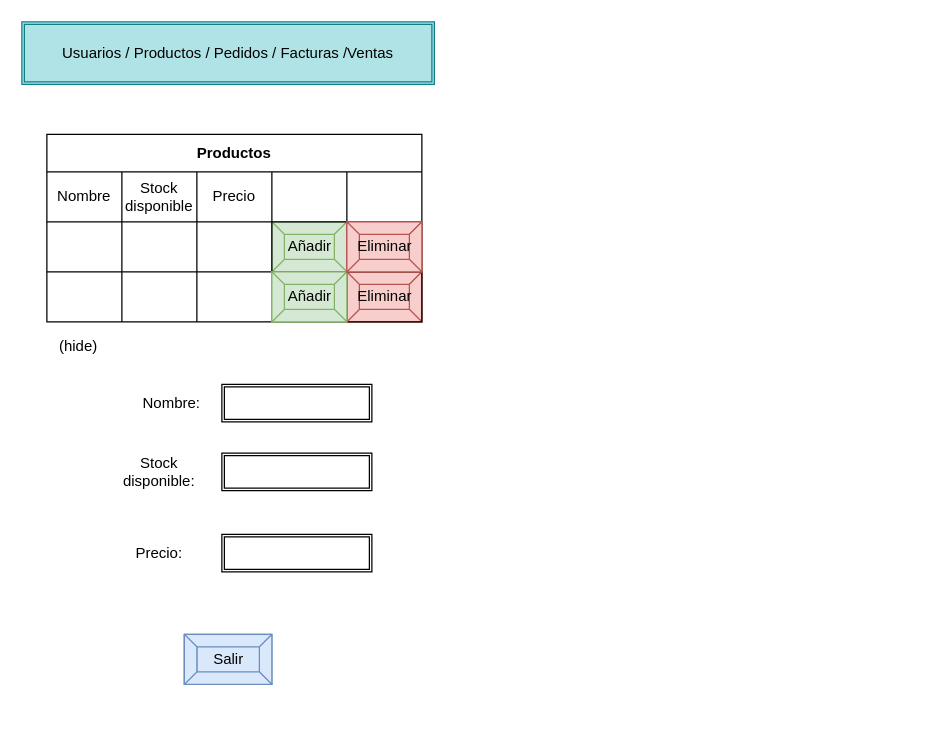
The draw.io diagram page "ProductosAdmin" (7 of 9) of ListaCompra.drawio in katacliny/practica, before the edit. Source tidied: cells renumbered, new cells numbered last; positions are measured from the earlier drawing's top-left corner, leaving out a move shared by most shapes. Both pictures are drawn from the tidied source at 125%, with x=0, y=0 at pixel (21, 21).
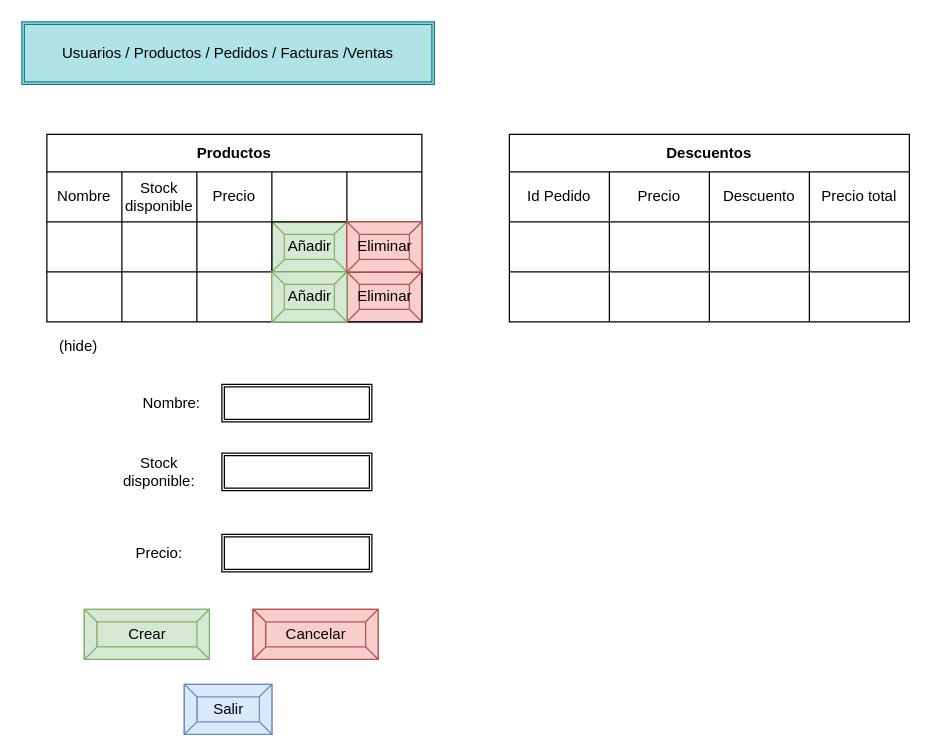
The same diagram, later.

Change to the diagram source:
```diff
@@
     <mxCell id="33" value="Salir" style="labelPosition=center;verticalLabelPosition=middle;align=center;html=1;shape=mxgraph.basic.button;dx=10;fillColor=#dae8fc;strokeColor=#6c8ebf;" parent="1" vertex="1">
-      <mxGeometry x="130" y="490" width="70" height="40" as="geometry" />
+      <mxGeometry x="130" y="530" width="70" height="40" as="geometry" />
     </mxCell>
+    <mxCell id="34" value="Crear" style="labelPosition=center;verticalLabelPosition=middle;align=center;html=1;shape=mxgraph.basic.button;dx=10;fillColor=#d5e8d4;strokeColor=#82b366;" parent="1" vertex="1">
+      <mxGeometry x="50" y="470" width="100" height="40" as="geometry" />
+    </mxCell>
+    <mxCell id="35" value="Cancelar" style="labelPosition=center;verticalLabelPosition=middle;align=center;html=1;shape=mxgraph.basic.button;dx=10;fillColor=#f8cecc;strokeColor=#b85450;" parent="1" vertex="1">
+      <mxGeometry x="185" y="470" width="100" height="40" as="geometry" />
+    </mxCell>
+    <mxCell id="36" value="Descuentos" style="shape=table;html=1;whiteSpace=wrap;startSize=30;childLayout=tableLayout;fontStyle=1;align=center;" parent="1" vertex="1">
+      <mxGeometry x="390" y="90" width="320" height="150" as="geometry" />
+    </mxCell>
+    <mxCell id="37" style="shape=partialRectangle;html=1;whiteSpace=wrap;fillColor=none;top=0;left=0;bottom=0;right=0;" parent="36" vertex="1">
+      <mxGeometry y="30" width="320" height="40" as="geometry" />
+    </mxCell>
+    <mxCell id="38" value="Id Pedido" style="shape=partialRectangle;html=1;whiteSpace=wrap;fillColor=none;top=0;left=0;bottom=0;right=0;overflow=hidden;" parent="37" vertex="1">
+      <mxGeometry width="80" height="40" as="geometry" />
+    </mxCell>
+    <mxCell id="39" value="Precio" style="shape=partialRectangle;html=1;whiteSpace=wrap;fillColor=none;top=0;left=0;bottom=0;right=0;overflow=hidden;" parent="37" vertex="1">
+      <mxGeometry x="80" width="80" height="40" as="geometry" />
+    </mxCell>
+    <mxCell id="40" value="Descuento" style="shape=partialRectangle;html=1;whiteSpace=wrap;fillColor=none;top=0;left=0;bottom=0;right=0;overflow=hidden;" parent="37" vertex="1">
+      <mxGeometry x="160" width="80" height="40" as="geometry" />
+    </mxCell>
+    <mxCell id="41" value="Precio total" style="shape=partialRectangle;html=1;whiteSpace=wrap;fillColor=none;top=0;left=0;bottom=0;right=0;overflow=hidden;" parent="37" vertex="1">
+      <mxGeometry x="240" width="80" height="40" as="geometry" />
+    </mxCell>
+    <mxCell id="42" style="shape=partialRectangle;html=1;whiteSpace=wrap;fillColor=none;top=0;left=0;bottom=0;right=0;" parent="36" vertex="1">
+      <mxGeometry y="70" width="320" height="40" as="geometry" />
+    </mxCell>
+    <mxCell id="43" style="shape=partialRectangle;html=1;whiteSpace=wrap;fillColor=none;top=0;left=0;bottom=0;right=0;overflow=hidden;" parent="42" vertex="1">
+      <mxGeometry width="80" height="40" as="geometry" />
+    </mxCell>
+    <mxCell id="44" style="shape=partialRectangle;html=1;whiteSpace=wrap;fillColor=none;top=0;left=0;bottom=0;right=0;overflow=hidden;" parent="42" vertex="1">
+      <mxGeometry x="80" width="80" height="40" as="geometry" />
+    </mxCell>
+    <mxCell id="45" style="shape=partialRectangle;html=1;whiteSpace=wrap;fillColor=none;top=0;left=0;bottom=0;right=0;overflow=hidden;" parent="42" vertex="1">
+      <mxGeometry x="160" width="80" height="40" as="geometry" />
+    </mxCell>
+    <mxCell id="46" style="shape=partialRectangle;html=1;whiteSpace=wrap;fillColor=none;top=0;left=0;bottom=0;right=0;overflow=hidden;" parent="42" vertex="1">
+      <mxGeometry x="240" width="80" height="40" as="geometry" />
+    </mxCell>
+    <mxCell id="47" style="shape=partialRectangle;html=1;whiteSpace=wrap;fillColor=none;top=0;left=0;bottom=0;right=0;" parent="36" vertex="1">
+      <mxGeometry y="110" width="320" height="40" as="geometry" />
+    </mxCell>
+    <mxCell id="48" style="shape=partialRectangle;html=1;whiteSpace=wrap;fillColor=none;top=0;left=0;bottom=0;right=0;overflow=hidden;" parent="47" vertex="1">
+      <mxGeometry width="80" height="40" as="geometry" />
+    </mxCell>
+    <mxCell id="49" style="shape=partialRectangle;html=1;whiteSpace=wrap;fillColor=none;top=0;left=0;bottom=0;right=0;overflow=hidden;" parent="47" vertex="1">
+      <mxGeometry x="80" width="80" height="40" as="geometry" />
+    </mxCell>
+    <mxCell id="50" style="shape=partialRectangle;html=1;whiteSpace=wrap;fillColor=none;top=0;left=0;bottom=0;right=0;overflow=hidden;" parent="47" vertex="1">
+      <mxGeometry x="160" width="80" height="40" as="geometry" />
+    </mxCell>
+    <mxCell id="51" style="shape=partialRectangle;html=1;whiteSpace=wrap;fillColor=none;top=0;left=0;bottom=0;right=0;overflow=hidden;" parent="47" vertex="1">
+      <mxGeometry x="240" width="80" height="40" as="geometry" />
+    </mxCell>
```
